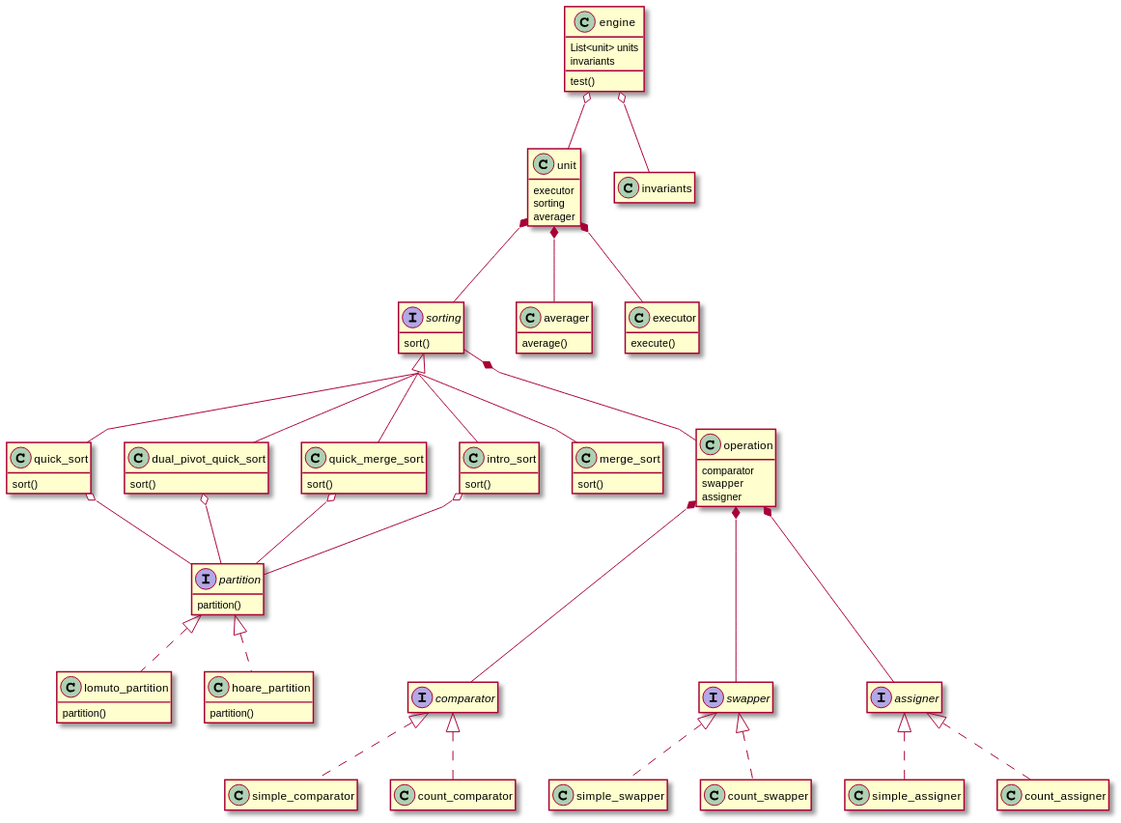
damianbalinski/sorting keeps this PlantUML diagram as thesis/img/uml/project-class-diagram.svg. Above is the earlier version.
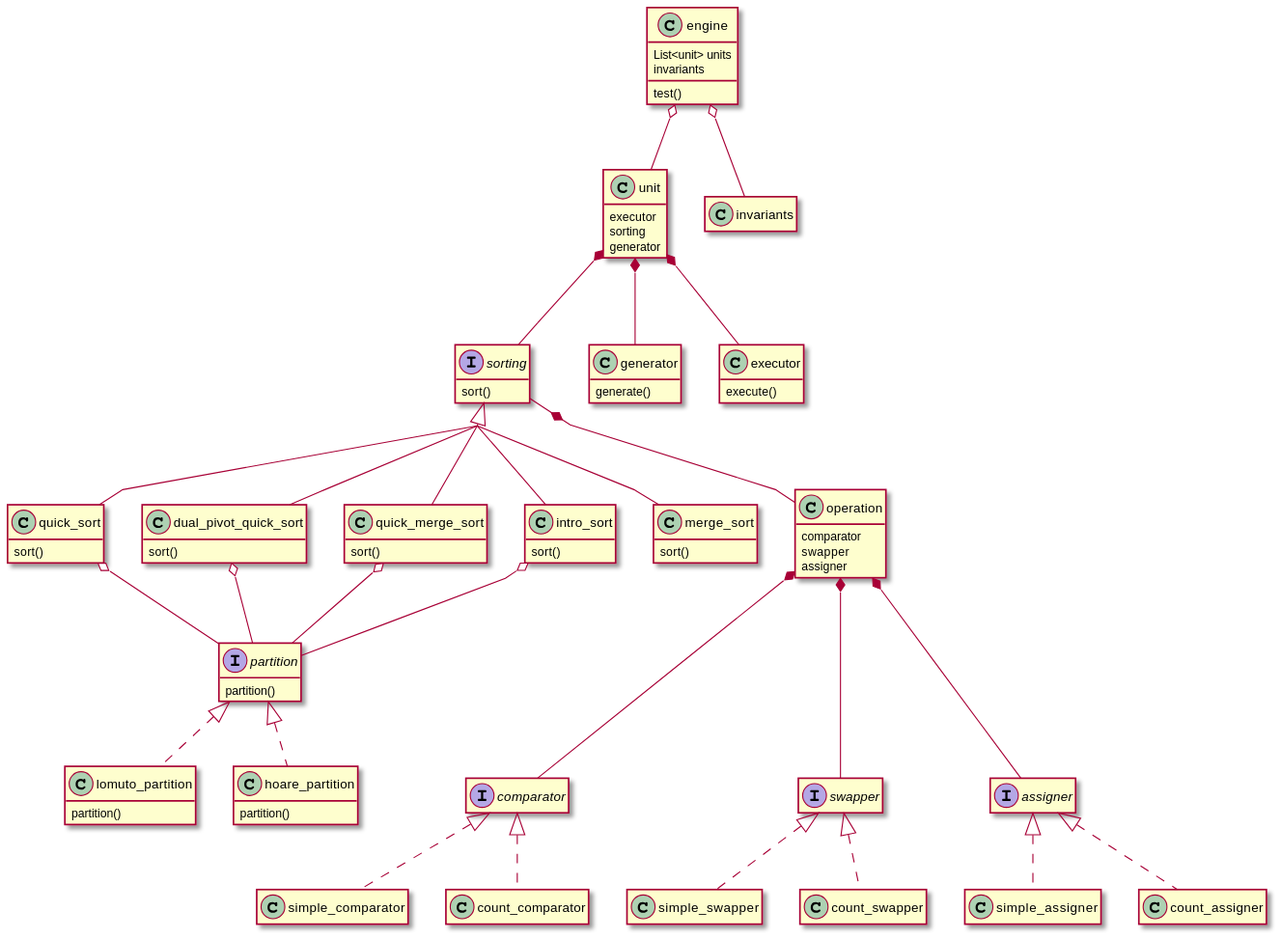
The same diagram one commit later.

Commit message:
fix uml class diagram

Diff of the diagram source:
```diff
@@ -4,7 +4,7 @@
 class unit {
 	executor
 	sorting
-	averager
+	generator
 }
 
 hide invariants members
@@ -21,9 +21,9 @@
 	sort()
 }
 
-hide averager fields
-class averager {
-	average()
+hide generator fields
+class generator {
+	generate()
 }
 
 hide executor fields
@@ -96,7 +96,7 @@
 engine o-- unit
 engine o-- invariants
 
-unit *-- averager
+unit *-- generator
 unit *-- executor
 unit *-- sorting
 
```
